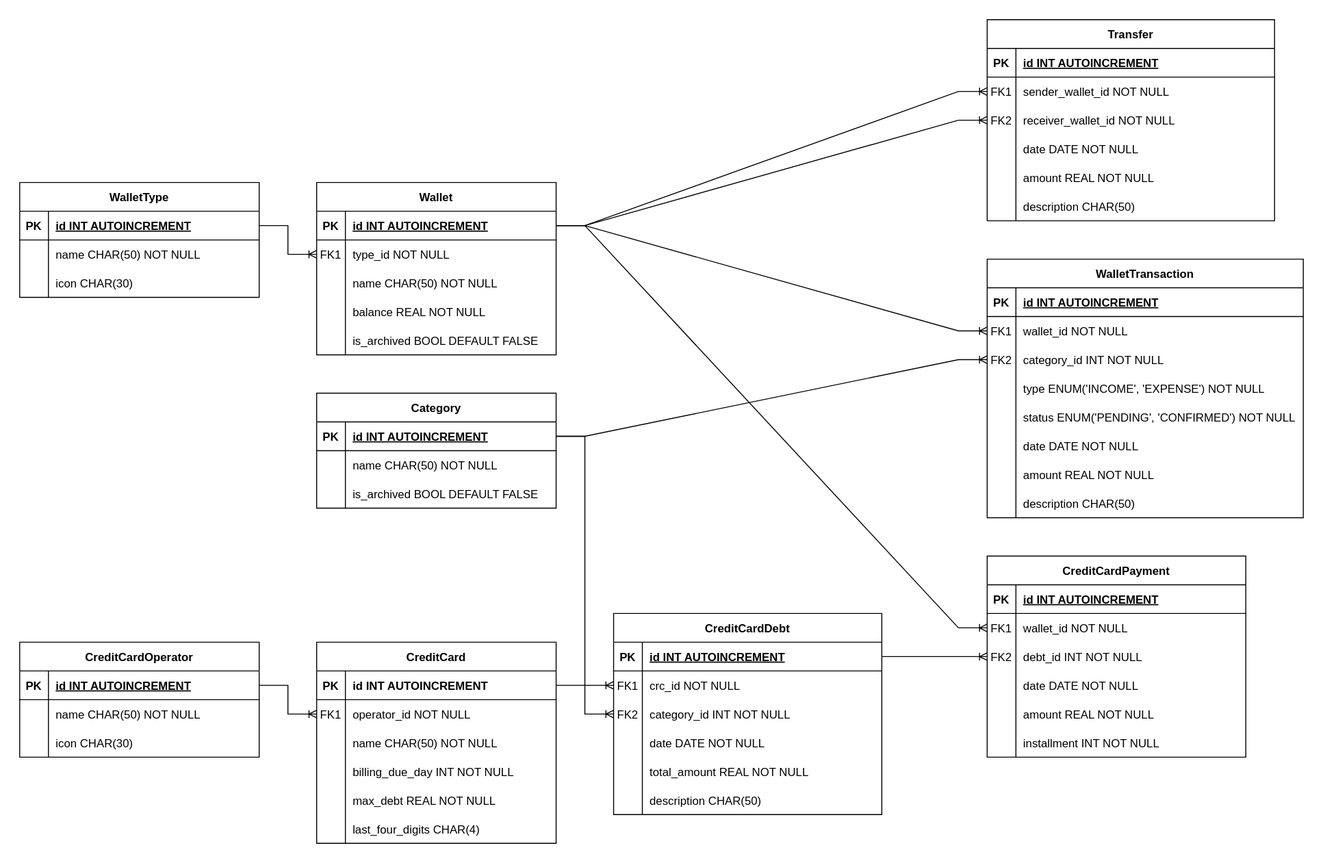
Earlier version of the draw.io export docs/db_model.svg (luk3rr/MY_MONEY). Source tidied: cells renumbered, new cells last; positions are measured from the earlier drawing's top-left corner, leaving out a move shared by most shapes.
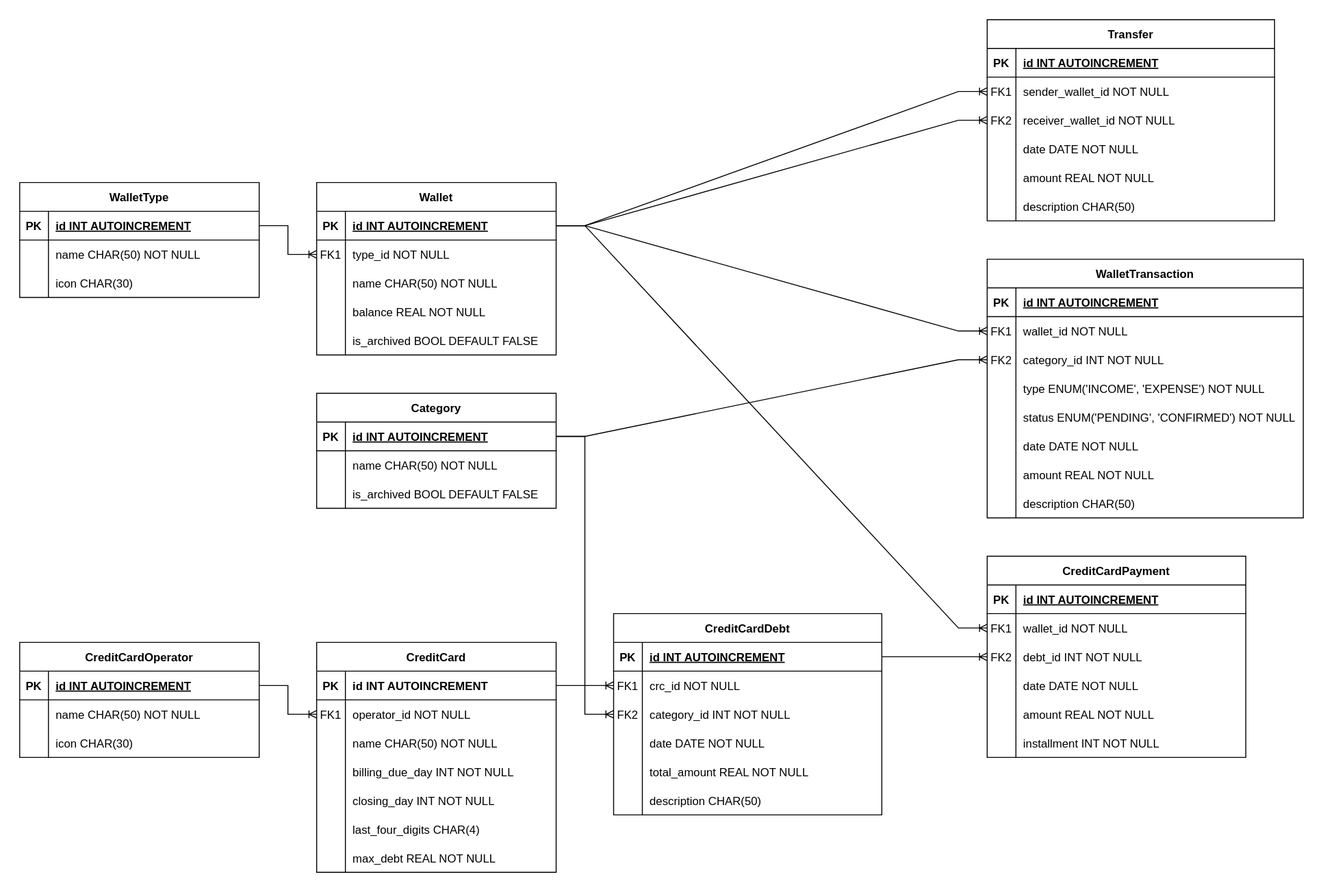
The same diagram one commit later.

What changed in the source:
```diff
@@ -78,7 +78,7 @@
       <mxGeometry x="30" width="300" height="30" as="geometry" />
     </mxCell>
     <mxCell id="27" value="CreditCard" style="shape=table;startSize=30;rowLines=0;fontStyle=1;align=center;" parent="1" vertex="1">
-      <mxGeometry x="310" y="650" width="250" height="210" as="geometry" />
+      <mxGeometry x="310" y="650" width="250" height="240" as="geometry" />
     </mxCell>
     <mxCell id="28" style="shape=partialRectangle;fillColor=none;top=0;left=0;right=0;bottom=1;" parent="27" vertex="1">
       <mxGeometry y="30" width="250" height="30" as="geometry" />
@@ -122,7 +122,7 @@
     <mxCell id="41" style="shape=partialRectangle;overflow=hidden;fillColor=none;top=0;left=0;bottom=0;right=0;" parent="40" vertex="1">
       <mxGeometry width="30" height="30" as="geometry" />
     </mxCell>
-    <mxCell id="42" value="max_debt REAL NOT NULL" style="shape=partialRectangle;overflow=hidden;fillColor=none;top=0;left=0;bottom=0;right=0;align=left;spacingLeft=6;" parent="40" vertex="1">
+    <mxCell id="42" value="closing_day INT NOT NULL" style="shape=partialRectangle;overflow=hidden;fillColor=none;top=0;left=0;bottom=0;right=0;align=left;spacingLeft=6;" parent="40" vertex="1">
       <mxGeometry x="30" width="220" height="30" as="geometry" />
     </mxCell>
     <mxCell id="43" style="shape=partialRectangle;fillColor=none;top=0;left=0;right=0;bottom=0;" parent="27" vertex="1">
@@ -134,6 +134,15 @@
     <mxCell id="45" value="last_four_digits CHAR(4)" style="shape=partialRectangle;overflow=hidden;fillColor=none;top=0;left=0;bottom=0;right=0;align=left;spacingLeft=6;" parent="43" vertex="1">
       <mxGeometry x="30" width="220" height="30" as="geometry" />
     </mxCell>
+    <mxCell id="164" style="shape=partialRectangle;fillColor=none;top=0;left=0;right=0;bottom=0;" parent="27" vertex="1">
+      <mxGeometry y="210" width="250" height="30" as="geometry" />
+    </mxCell>
+    <mxCell id="165" style="shape=partialRectangle;overflow=hidden;fillColor=none;top=0;left=0;bottom=0;right=0;" parent="164" vertex="1">
+      <mxGeometry width="30" height="30" as="geometry" />
+    </mxCell>
+    <mxCell id="166" value="max_debt REAL NOT NULL" style="shape=partialRectangle;overflow=hidden;fillColor=none;top=0;left=0;bottom=0;right=0;align=left;spacingLeft=6;" parent="164" vertex="1">
+      <mxGeometry x="30" width="220" height="30" as="geometry" />
+    </mxCell>
     <mxCell id="46" value="Wallet" style="shape=table;startSize=30;rowLines=0;fontStyle=1;align=center;" parent="1" vertex="1">
       <mxGeometry x="310" y="170" width="250" height="180" as="geometry" />
     </mxCell>
```
